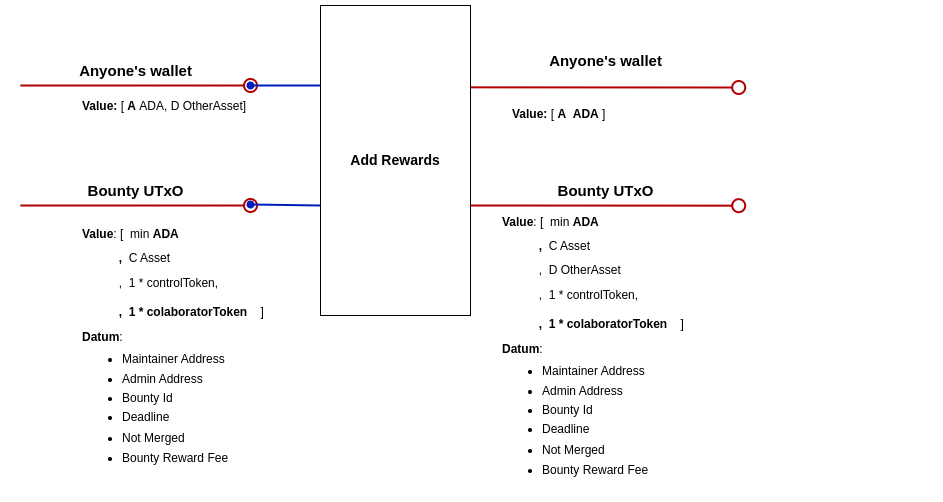
Above: docs/img/addRewards.png in githoney-io/githoney-smart-contract (draw.io), before the change. Source tidied: cells renumbered, new cells last; positions are measured from the earlier drawing's top-left corner, leaving out a move shared by most shapes.
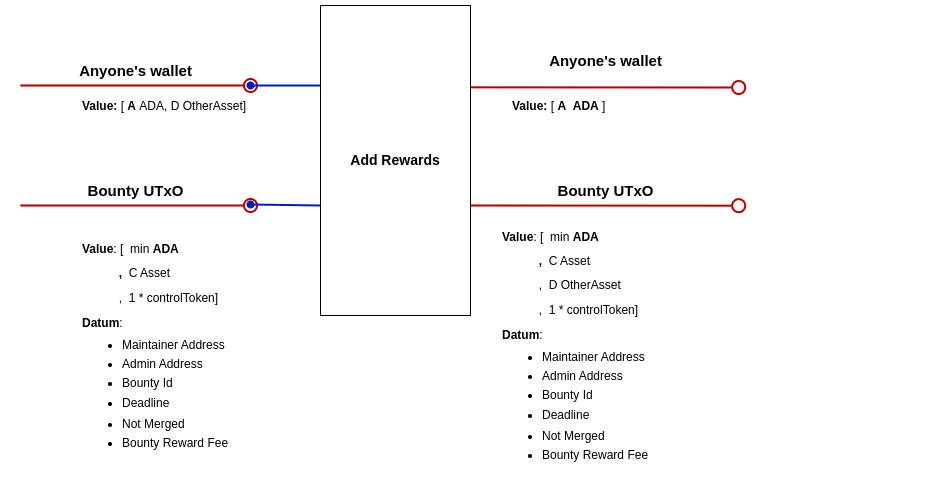
After the change.

Commit message:
Design with contributor in datum

What changed in the source:
```diff
@@ -24,7 +24,7 @@
       </mxGeometry>
     </mxCell>
     <mxCell id="6" value="&lt;b&gt;Value: &lt;/b&gt;[&lt;b&gt;&amp;nbsp;&lt;/b&gt;&lt;b&gt;A&lt;/b&gt;&amp;nbsp;&lt;b&gt;&amp;nbsp;ADA&lt;/b&gt;&lt;span style=&quot;background-color: initial;&quot;&gt;&amp;nbsp;]&lt;/span&gt;" style="text;html=1;strokeColor=none;fillColor=none;align=left;verticalAlign=middle;whiteSpace=wrap;rounded=0;" parent="1" vertex="1">
-      <mxGeometry x="490" y="80" width="250" height="57" as="geometry" />
+      <mxGeometry x="490" y="72" width="250" height="57" as="geometry" />
     </mxCell>
     <mxCell id="7" value="&lt;font style=&quot;font-size: 14px;&quot;&gt;&lt;b&gt;Add Rewards&lt;/b&gt;&lt;/font&gt;" style="rounded=0;whiteSpace=wrap;html=1;" parent="1" vertex="1">
       <mxGeometry x="300" width="150" height="310" as="geometry" />
@@ -41,7 +41,7 @@
         <mxPoint x="718.2" y="200.2" as="targetPoint" />
       </mxGeometry>
     </mxCell>
-    <mxCell id="11" value="&lt;p style=&quot;line-height: 100%;&quot;&gt;&lt;b&gt;Value&lt;/b&gt;: [&amp;nbsp; min&lt;b&gt;&amp;nbsp;ADA&lt;/b&gt;&lt;/p&gt;&lt;p style=&quot;line-height: 100%;&quot;&gt;&lt;b&gt;&lt;span style=&quot;white-space: pre;&quot;&gt;&#9;&lt;/span&gt;&amp;nbsp; &amp;nbsp;,&amp;nbsp; &lt;/b&gt;C Asset&lt;br&gt;&lt;/p&gt;&lt;span style=&quot;background-color: initial;&quot;&gt;&amp;nbsp; &amp;nbsp; &amp;nbsp; &amp;nbsp; &amp;nbsp; &amp;nbsp;,&amp;nbsp; 1 * controlToken,&lt;/span&gt;&lt;div&gt;&lt;br&gt;&lt;div&gt;&lt;b style=&quot;background-color: initial;&quot;&gt;&lt;span style=&quot;white-space: pre;&quot;&gt;&#9;&lt;/span&gt;&amp;nbsp; &amp;nbsp;,&amp;nbsp; &lt;/b&gt;&lt;span style=&quot;background-color: initial;&quot;&gt;&lt;b&gt;1 * colaboratorToken&lt;/b&gt;&lt;/span&gt;&lt;b style=&quot;background-color: initial;&quot;&gt;&amp;nbsp; &amp;nbsp;&amp;nbsp;&lt;/b&gt;&lt;span style=&quot;background-color: initial;&quot;&gt;]&amp;nbsp;&lt;/span&gt;&lt;br&gt;&lt;p style=&quot;line-height: 100%;&quot;&gt;&lt;b&gt;Datum&lt;/b&gt;:&lt;/p&gt;&lt;ul style=&quot;line-height: 80%;&quot;&gt;&lt;li&gt;Maintainer Address&lt;/li&gt;&lt;br&gt;&lt;li&gt;Admin Address&amp;nbsp; &amp;nbsp; &amp;nbsp; &amp;nbsp; &amp;nbsp; &amp;nbsp;&lt;br&gt;&lt;br&gt;&lt;/li&gt;&lt;li&gt;Bounty Id&lt;br&gt;&amp;nbsp; &amp;nbsp; &amp;nbsp;&lt;/li&gt;&lt;li&gt;Deadline&lt;/li&gt;&lt;/ul&gt;&lt;ul style=&quot;line-height: 80%;&quot;&gt;&lt;li&gt;Not Merged&lt;br&gt;&lt;br&gt;&lt;/li&gt;&lt;li&gt;Bounty Reward Fee&lt;br&gt;&lt;br&gt;&lt;/li&gt;&lt;/ul&gt;&lt;p&gt;&lt;/p&gt;&lt;/div&gt;&lt;/div&gt;" style="text;html=1;strokeColor=none;fillColor=none;align=left;verticalAlign=middle;whiteSpace=wrap;rounded=0;" parent="1" vertex="1">
+    <mxCell id="11" value="&lt;p style=&quot;line-height: 100%;&quot;&gt;&lt;b&gt;Value&lt;/b&gt;: [&amp;nbsp; min&lt;b&gt;&amp;nbsp;ADA&lt;/b&gt;&lt;/p&gt;&lt;p style=&quot;line-height: 100%;&quot;&gt;&lt;b&gt;&lt;span style=&quot;white-space: pre;&quot;&gt;&#9;&lt;/span&gt;&amp;nbsp; &amp;nbsp;,&amp;nbsp; &lt;/b&gt;C Asset&lt;br&gt;&lt;/p&gt;&lt;span style=&quot;background-color: initial;&quot;&gt;&amp;nbsp; &amp;nbsp; &amp;nbsp; &amp;nbsp; &amp;nbsp; &amp;nbsp;,&amp;nbsp; 1 * controlToken&lt;/span&gt;&lt;span style=&quot;background-color: initial;&quot;&gt;]&amp;nbsp;&lt;/span&gt;&lt;div&gt;&lt;div&gt;&lt;p style=&quot;line-height: 100%;&quot;&gt;&lt;b&gt;Datum&lt;/b&gt;:&lt;/p&gt;&lt;ul style=&quot;line-height: 80%;&quot;&gt;&lt;li&gt;Maintainer Address&lt;/li&gt;&lt;br&gt;&lt;li&gt;Admin Address&amp;nbsp; &amp;nbsp; &amp;nbsp; &amp;nbsp; &amp;nbsp; &amp;nbsp;&lt;br&gt;&lt;br&gt;&lt;/li&gt;&lt;li&gt;Bounty Id&lt;br&gt;&amp;nbsp; &amp;nbsp; &amp;nbsp;&lt;/li&gt;&lt;li&gt;Deadline&lt;/li&gt;&lt;/ul&gt;&lt;ul style=&quot;line-height: 80%;&quot;&gt;&lt;li&gt;Not Merged&lt;br&gt;&lt;br&gt;&lt;/li&gt;&lt;li&gt;Bounty Reward Fee&lt;br&gt;&lt;br&gt;&lt;/li&gt;&lt;/ul&gt;&lt;p&gt;&lt;/p&gt;&lt;/div&gt;&lt;/div&gt;" style="text;html=1;strokeColor=none;fillColor=none;align=left;verticalAlign=middle;whiteSpace=wrap;rounded=0;" parent="1" vertex="1">
       <mxGeometry x="60" y="220" width="437.4" height="250" as="geometry" />
     </mxCell>
     <mxCell id="12" value="&lt;font style=&quot;font-size: 15px;&quot;&gt;&lt;b style=&quot;font-size: 12px;&quot;&gt;&lt;font style=&quot;font-size: 15px;&quot;&gt;Anyone's wallet&lt;/font&gt;&lt;/b&gt;&lt;b&gt;&lt;br&gt;&lt;/b&gt;&lt;/font&gt;" style="text;html=1;align=center;verticalAlign=middle;strokeColor=none;fillColor=none;" parent="1" vertex="1">
@@ -62,7 +62,7 @@
     <mxCell id="15" value="&lt;font style=&quot;font-size: 15px;&quot;&gt;&lt;b&gt;Bounty UTxO&lt;/b&gt;&lt;/font&gt;" style="text;html=1;align=center;verticalAlign=middle;strokeColor=none;fillColor=none;" parent="1" vertex="1">
       <mxGeometry x="55" y="170" width="120" height="30" as="geometry" />
     </mxCell>
-    <mxCell id="16" value="&lt;p style=&quot;line-height: 100%;&quot;&gt;&lt;b&gt;Value&lt;/b&gt;: [&amp;nbsp; min&lt;b&gt;&amp;nbsp;ADA&lt;/b&gt;&lt;/p&gt;&lt;p style=&quot;line-height: 100%;&quot;&gt;&lt;b&gt;&lt;span style=&quot;white-space: pre;&quot;&gt;&#9;&lt;/span&gt;&amp;nbsp; &amp;nbsp;,&amp;nbsp; &lt;/b&gt;C Asset&lt;br&gt;&lt;/p&gt;&lt;p style=&quot;line-height: 100%;&quot;&gt;&lt;span style=&quot;white-space: pre;&quot;&gt;&#9;&lt;/span&gt;&amp;nbsp; &amp;nbsp;,&amp;nbsp;&amp;nbsp;&lt;span style=&quot;background-color: initial;&quot;&gt;D OtherAsset&lt;/span&gt;&lt;br&gt;&lt;/p&gt;&lt;span style=&quot;background-color: initial;&quot;&gt;&amp;nbsp; &amp;nbsp; &amp;nbsp; &amp;nbsp; &amp;nbsp; &amp;nbsp;,&amp;nbsp; 1 * controlToken,&lt;/span&gt;&lt;div&gt;&lt;br&gt;&lt;div&gt;&lt;b style=&quot;background-color: initial;&quot;&gt;&lt;span style=&quot;white-space: pre;&quot;&gt;&#9;&lt;/span&gt;&amp;nbsp; &amp;nbsp;,&amp;nbsp; &lt;/b&gt;&lt;span style=&quot;background-color: initial;&quot;&gt;&lt;b&gt;1 * colaboratorToken&lt;/b&gt;&lt;/span&gt;&lt;b style=&quot;background-color: initial;&quot;&gt;&amp;nbsp; &amp;nbsp;&amp;nbsp;&lt;/b&gt;&lt;span style=&quot;background-color: initial;&quot;&gt;]&amp;nbsp;&lt;/span&gt;&lt;br&gt;&lt;p style=&quot;line-height: 100%;&quot;&gt;&lt;b&gt;Datum&lt;/b&gt;:&lt;/p&gt;&lt;ul style=&quot;line-height: 80%;&quot;&gt;&lt;li&gt;Maintainer Address&lt;/li&gt;&lt;br&gt;&lt;li&gt;Admin Address&amp;nbsp; &amp;nbsp; &amp;nbsp; &amp;nbsp; &amp;nbsp; &amp;nbsp;&lt;br&gt;&lt;br&gt;&lt;/li&gt;&lt;li&gt;Bounty Id&lt;br&gt;&amp;nbsp; &amp;nbsp; &amp;nbsp;&lt;/li&gt;&lt;li&gt;Deadline&lt;/li&gt;&lt;/ul&gt;&lt;ul style=&quot;line-height: 80%;&quot;&gt;&lt;li&gt;Not Merged&lt;br&gt;&lt;br&gt;&lt;/li&gt;&lt;li&gt;Bounty Reward Fee&lt;br&gt;&lt;br&gt;&lt;/li&gt;&lt;/ul&gt;&lt;p&gt;&lt;/p&gt;&lt;/div&gt;&lt;/div&gt;" style="text;html=1;strokeColor=none;fillColor=none;align=left;verticalAlign=middle;whiteSpace=wrap;rounded=0;" parent="1" vertex="1">
+    <mxCell id="16" value="&lt;p style=&quot;line-height: 100%;&quot;&gt;&lt;b&gt;Value&lt;/b&gt;: [&amp;nbsp; min&lt;b&gt;&amp;nbsp;ADA&lt;/b&gt;&lt;/p&gt;&lt;p style=&quot;line-height: 100%;&quot;&gt;&lt;b&gt;&lt;span style=&quot;white-space: pre;&quot;&gt;&#9;&lt;/span&gt;&amp;nbsp; &amp;nbsp;,&amp;nbsp; &lt;/b&gt;C Asset&lt;br&gt;&lt;/p&gt;&lt;p style=&quot;line-height: 100%;&quot;&gt;&lt;span style=&quot;white-space: pre;&quot;&gt;&#9;&lt;/span&gt;&amp;nbsp; &amp;nbsp;,&amp;nbsp;&amp;nbsp;&lt;span style=&quot;background-color: initial;&quot;&gt;D OtherAsset&lt;/span&gt;&lt;br&gt;&lt;/p&gt;&lt;span style=&quot;background-color: initial;&quot;&gt;&amp;nbsp; &amp;nbsp; &amp;nbsp; &amp;nbsp; &amp;nbsp; &amp;nbsp;,&amp;nbsp; 1 * controlToken&lt;/span&gt;&lt;span style=&quot;background-color: initial;&quot;&gt;]&amp;nbsp;&lt;/span&gt;&lt;div&gt;&lt;div&gt;&lt;p style=&quot;line-height: 100%;&quot;&gt;&lt;b&gt;Datum&lt;/b&gt;:&lt;/p&gt;&lt;ul style=&quot;line-height: 80%;&quot;&gt;&lt;li&gt;Maintainer Address&lt;/li&gt;&lt;br&gt;&lt;li&gt;Admin Address&amp;nbsp; &amp;nbsp; &amp;nbsp; &amp;nbsp; &amp;nbsp; &amp;nbsp;&lt;br&gt;&lt;br&gt;&lt;/li&gt;&lt;li&gt;Bounty Id&lt;br&gt;&amp;nbsp; &amp;nbsp; &amp;nbsp;&lt;/li&gt;&lt;li&gt;Deadline&lt;/li&gt;&lt;/ul&gt;&lt;ul style=&quot;line-height: 80%;&quot;&gt;&lt;li&gt;Not Merged&lt;br&gt;&lt;br&gt;&lt;/li&gt;&lt;li&gt;Bounty Reward Fee&lt;br&gt;&lt;br&gt;&lt;/li&gt;&lt;/ul&gt;&lt;p&gt;&lt;/p&gt;&lt;/div&gt;&lt;/div&gt;" style="text;html=1;strokeColor=none;fillColor=none;align=left;verticalAlign=middle;whiteSpace=wrap;rounded=0;" parent="1" vertex="1">
       <mxGeometry x="480" y="220" width="437.4" height="250" as="geometry" />
     </mxCell>
   </root>
```
